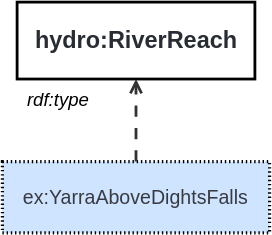
Before: ssn/images/domain-feature.svg, a diagram exported from draw.io (afeliachi/sdw-sosa-ssn). Source tidied: cells renumbered, new cells last; positions are measured from the earlier drawing's top-left corner, leaving out a move shared by most shapes.
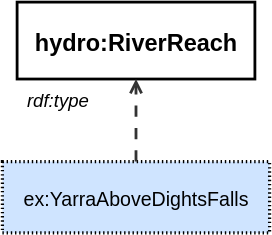
The same file after the commit.

Diff of the diagram source:
```diff
@@ -2,16 +2,16 @@
   <root>
     <mxCell id="0" />
     <mxCell id="1" parent="0" />
-    <mxCell id="2" value="&lt;font style=&quot;font-size: 14px;&quot;&gt;ex:YarraAboveDightsFalls&lt;/font&gt;" style="html=1;overflow=block;blockSpacing=1;whiteSpace=wrap;fontSize=14.4;fontFamily=Helvetica;fontColor=#383a42;align=center;spacing=0;strokeOpacity=100;fillOpacity=100;fillColor=#cfe4ff;dashed=1;fixDash=1;dashPattern=1 2;strokeWidth=2.3;" parent="1" vertex="1">
+    <mxCell id="2" value="&lt;font style=&quot;font-size: 14px;&quot;&gt;ex:YarraAboveDightsFalls&lt;/font&gt;" style="html=1;overflow=block;blockSpacing=1;whiteSpace=wrap;fontSize=14.4;fontFamily=Helvetica;fontColor=default;align=center;spacing=0;strokeOpacity=100;fillOpacity=100;fillColor=#cfe4ff;dashed=1;fixDash=1;dashPattern=1 2;strokeWidth=2.3;convertToSvg=1;" parent="1" vertex="1">
       <mxGeometry y="114" width="191" height="51" as="geometry" />
     </mxCell>
-    <mxCell id="3" value="hydro:RiverReach" style="html=1;overflow=block;blockSpacing=1;whiteSpace=wrap;fontSize=16.8;fontColor=#282c33;fontStyle=1;align=center;spacing=0;strokeOpacity=100;fillOpacity=0;fillColor=#000000;strokeWidth=2;" parent="1" vertex="1">
+    <mxCell id="3" value="hydro:RiverReach" style="html=1;overflow=block;blockSpacing=1;whiteSpace=wrap;fontSize=16.8;fontColor=default;fontStyle=1;align=center;spacing=0;strokeOpacity=100;fillOpacity=0;fillColor=#000000;strokeWidth=2;convertToSvg=1;" parent="1" vertex="1">
       <mxGeometry x="10.5" width="170" height="55" as="geometry" />
     </mxCell>
-    <mxCell id="4" style="html=1;jettySize=18;whiteSpace=wrap;fontSize=13;strokeColor=#333333;strokeOpacity=100;dashed=1;fixDash=1;dashPattern=8 8;strokeWidth=2;rounded=0;startArrow=none;endArrow=open;lucidId=0ZtLjH5MFli1;" parent="1" edge="1" source="2" target="3">
+    <mxCell id="4" style="html=1;jettySize=18;whiteSpace=wrap;fontSize=13;strokeColor=#333333;strokeOpacity=100;dashed=1;fixDash=1;dashPattern=8 8;strokeWidth=2;rounded=0;startArrow=none;endArrow=open;lucidId=0ZtLjH5MFli1;fontColor=default;convertToSvg=1;" parent="1" edge="1" source="2" target="3">
       <mxGeometry relative="1" as="geometry" />
     </mxCell>
-    <mxCell id="5" value="rdf:type" style="html=1;overflow=block;blockSpacing=1;whiteSpace=wrap;fontSize=13.3;fontStyle=2;align=left;spacing=3.8;verticalAlign=top;strokeColor=none;fillOpacity=0;fillColor=#ffffff;dashed=1;fixDash=1;dashPattern=16 6;strokeWidth=0;lucidId=0ZtLoD1I2n68;" parent="1" vertex="1">
+    <mxCell id="5" value="rdf:type" style="html=1;overflow=block;blockSpacing=1;whiteSpace=wrap;fontSize=13.3;fontStyle=2;align=left;spacing=3.8;verticalAlign=top;strokeColor=none;fillOpacity=0;fillColor=#ffffff;dashed=1;fixDash=1;dashPattern=16 6;strokeWidth=0;lucidId=0ZtLoD1I2n68;fontColor=default;convertToSvg=1;" parent="1" vertex="1">
       <mxGeometry x="14.5" y="60" width="70" height="28" as="geometry" />
     </mxCell>
   </root>
```
